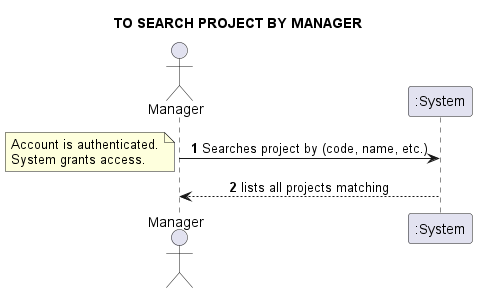
Earlier version of the PlantUML export docs/requirements_gathering/system_sequence_diagrams/011_to_search_project_by_manager.png (Loracline/project_switch_22-23). The source it was exported from:
```plantuml
@startuml
skinparam sequenceMessageAlign center
title TO SEARCH PROJECT BY MANAGER
actor Manager
autonumber
Manager -> ":System": Searches project by (code, name, etc.)
note left
Account is authenticated.
System grants access.
end note
Manager <-- ":System": lists all projects matching
@enduml
```
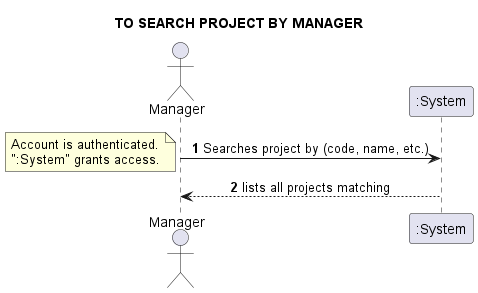
The same file after the commit.

The edit, as a diff of the source:
```diff
@@ -1,12 +1,12 @@
 @startuml
 skinparam sequenceMessageAlign center
 title TO SEARCH PROJECT BY MANAGER
-actor Manager
+actor "Manager"
 autonumber
-Manager -> ":System": Searches project by (code, name, etc.)
+"Manager" -> ":System": Searches project by (code, name, etc.)
 note left
 Account is authenticated.
-System grants access.
+":System" grants access.
 end note
-Manager <-- ":System": lists all projects matching
+"Manager" <-- ":System": lists all projects matching
 @enduml
```
